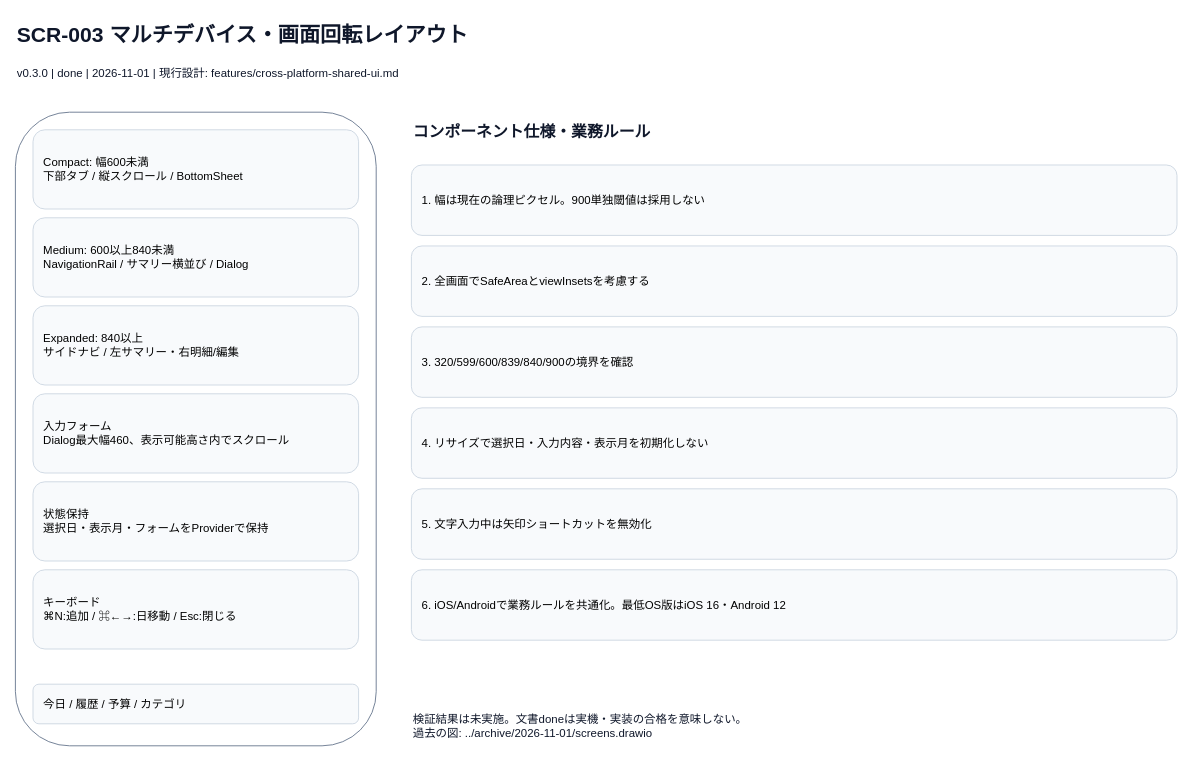
Above: page "マルチデバイス・画面回転レイアウト" (3 of 8) of docs/spec/screens.drawio in tombee-studio/self-management-app (draw.io), before the change. Source tidied: cells renumbered, new cells numbered last; positions are measured from the earlier drawing's top-left corner, leaving out a move shared by most shapes. Both pictures are drawn from the tidied source at 88%, with x=0, y=0 at pixel (15, 15).
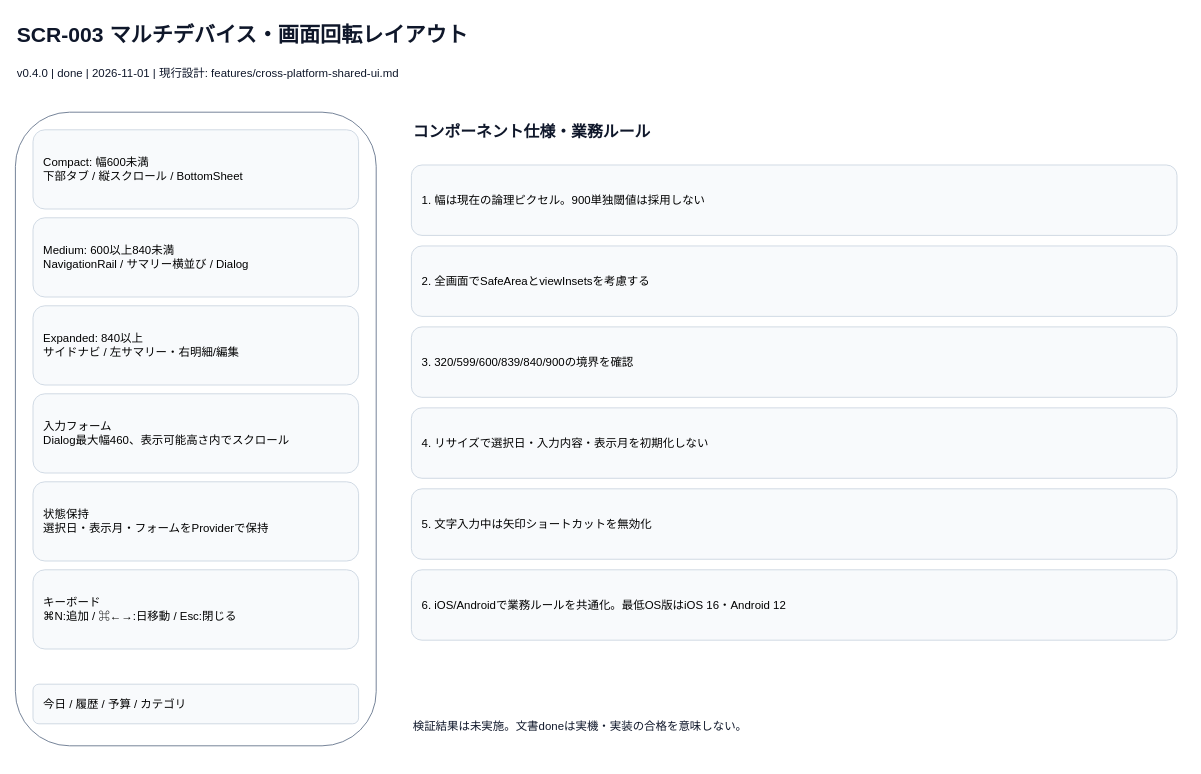
Above is the later version.

What changed in the source:
```diff
@@
 <mxGraphModel>
   <root>
     <mxCell id="0" />
     <mxCell id="1" parent="0" />
     <mxCell id="2" value="SCR-003  マルチデバイス・画面回転レイアウト" style="text;html=0;align=left;verticalAlign=middle;whiteSpace=wrap;overflow=hidden;fontSize=13;fontColor=#0F172A;fontSize=24;fontStyle=1;" parent="1" vertex="1">
       <mxGeometry width="1300" height="45" as="geometry" />
     </mxCell>
-    <mxCell id="3" value="v0.3.0 | done | 2026-11-01 | 現行設計: features/cross-platform-shared-ui.md" style="text;html=0;align=left;verticalAlign=middle;whiteSpace=wrap;overflow=hidden;fontSize=13;fontColor=#0F172A;" parent="1" vertex="1">
+    <mxCell id="3" value="v0.4.0 | done | 2026-11-01 | 現行設計: features/cross-platform-shared-ui.md" style="text;html=0;align=left;verticalAlign=middle;whiteSpace=wrap;overflow=hidden;fontSize=13;fontColor=#0F172A;" parent="1" vertex="1">
       <mxGeometry y="50" width="1300" height="30" as="geometry" />
     </mxCell>
     <mxCell id="4" style="rounded=1;fillColor=#FFFFFF;strokeColor=#64748B;" parent="1" vertex="1">
       <mxGeometry y="110" width="410" height="720" as="geometry" />
     </mxCell>
     <mxCell id="5" value="Compact: 幅600未満&#10;下部タブ / 縦スクロール / BottomSheet" style="rounded=1;whiteSpace=wrap;html=0;fillColor=#F8FAFC;strokeColor=#CBD5E1;align=left;spacing=12;fontSize=13;" parent="1" vertex="1">
       <mxGeometry x="20" y="130" width="370" height="90" as="geometry" />
     </mxCell>
     <mxCell id="6" value="Medium: 600以上840未満&#10;NavigationRail / サマリー横並び / Dialog" style="rounded=1;whiteSpace=wrap;html=0;fillColor=#F8FAFC;strokeColor=#CBD5E1;align=left;spacing=12;fontSize=13;" parent="1" vertex="1">
       <mxGeometry x="20" y="230" width="370" height="90" as="geometry" />
     </mxCell>
     <mxCell id="7" value="Expanded: 840以上&#10;サイドナビ / 左サマリー・右明細/編集" style="rounded=1;whiteSpace=wrap;html=0;fillColor=#F8FAFC;strokeColor=#CBD5E1;align=left;spacing=12;fontSize=13;" parent="1" vertex="1">
       <mxGeometry x="20" y="330" width="370" height="90" as="geometry" />
     </mxCell>
     <mxCell id="8" value="入力フォーム&#10;Dialog最大幅460、表示可能高さ内でスクロール" style="rounded=1;whiteSpace=wrap;html=0;fillColor=#F8FAFC;strokeColor=#CBD5E1;align=left;spacing=12;fontSize=13;" parent="1" vertex="1">
       <mxGeometry x="20" y="430" width="370" height="90" as="geometry" />
     </mxCell>
     <mxCell id="9" value="状態保持&#10;選択日・表示月・フォームをProviderで保持" style="rounded=1;whiteSpace=wrap;html=0;fillColor=#F8FAFC;strokeColor=#CBD5E1;align=left;spacing=12;fontSize=13;" parent="1" vertex="1">
       <mxGeometry x="20" y="530" width="370" height="90" as="geometry" />
     </mxCell>
     <mxCell id="10" value="キーボード&#10;⌘N:追加 / ⌘←→:日移動 / Esc:閉じる" style="rounded=1;whiteSpace=wrap;html=0;fillColor=#F8FAFC;strokeColor=#CBD5E1;align=left;spacing=12;fontSize=13;" parent="1" vertex="1">
       <mxGeometry x="20" y="630" width="370" height="90" as="geometry" />
     </mxCell>
     <mxCell id="11" value="今日  /  履歴  /  予算  /  カテゴリ" style="rounded=1;whiteSpace=wrap;html=0;fillColor=#F8FAFC;strokeColor=#CBD5E1;align=left;spacing=12;fontSize=13;" parent="1" vertex="1">
       <mxGeometry x="20" y="760" width="370" height="45" as="geometry" />
     </mxCell>
     <mxCell id="12" value="コンポーネント仕様・業務ルール" style="text;html=0;align=left;verticalAlign=middle;whiteSpace=wrap;overflow=hidden;fontSize=13;fontColor=#0F172A;fontSize=18;fontStyle=1;" parent="1" vertex="1">
       <mxGeometry x="450" y="110" width="880" height="45" as="geometry" />
     </mxCell>
     <mxCell id="13" value="1. 幅は現在の論理ピクセル。900単独閾値は採用しない" style="rounded=1;whiteSpace=wrap;html=0;fillColor=#F8FAFC;strokeColor=#CBD5E1;align=left;spacing=12;fontSize=13;" parent="1" vertex="1">
       <mxGeometry x="450" y="170" width="870" height="80" as="geometry" />
     </mxCell>
     <mxCell id="14" value="2. 全画面でSafeAreaとviewInsetsを考慮する" style="rounded=1;whiteSpace=wrap;html=0;fillColor=#F8FAFC;strokeColor=#CBD5E1;align=left;spacing=12;fontSize=13;" parent="1" vertex="1">
       <mxGeometry x="450" y="262" width="870" height="80" as="geometry" />
     </mxCell>
     <mxCell id="15" value="3. 320/599/600/839/840/900の境界を確認" style="rounded=1;whiteSpace=wrap;html=0;fillColor=#F8FAFC;strokeColor=#CBD5E1;align=left;spacing=12;fontSize=13;" parent="1" vertex="1">
       <mxGeometry x="450" y="354" width="870" height="80" as="geometry" />
     </mxCell>
     <mxCell id="16" value="4. リサイズで選択日・入力内容・表示月を初期化しない" style="rounded=1;whiteSpace=wrap;html=0;fillColor=#F8FAFC;strokeColor=#CBD5E1;align=left;spacing=12;fontSize=13;" parent="1" vertex="1">
       <mxGeometry x="450" y="446" width="870" height="80" as="geometry" />
     </mxCell>
     <mxCell id="17" value="5. 文字入力中は矢印ショートカットを無効化" style="rounded=1;whiteSpace=wrap;html=0;fillColor=#F8FAFC;strokeColor=#CBD5E1;align=left;spacing=12;fontSize=13;" parent="1" vertex="1">
       <mxGeometry x="450" y="538" width="870" height="80" as="geometry" />
     </mxCell>
     <mxCell id="18" value="6. iOS/Androidで業務ルールを共通化。最低OS版はiOS 16・Android 12" style="rounded=1;whiteSpace=wrap;html=0;fillColor=#F8FAFC;strokeColor=#CBD5E1;align=left;spacing=12;fontSize=13;" parent="1" vertex="1">
       <mxGeometry x="450" y="630" width="870" height="80" as="geometry" />
     </mxCell>
-    <mxCell id="19" value="検証結果は未実施。文書doneは実機・実装の合格を意味しない。&#10;過去の図: ../archive/2026-11-01/screens.drawio" style="text;html=0;align=left;verticalAlign=middle;whiteSpace=wrap;overflow=hidden;fontSize=13;fontColor=#0F172A;" parent="1" vertex="1">
+    <mxCell id="19" value="検証結果は未実施。文書doneは実機・実装の合格を意味しない。" style="text;html=0;align=left;verticalAlign=middle;whiteSpace=wrap;overflow=hidden;fontSize=13;fontColor=#0F172A;" parent="1" vertex="1">
       <mxGeometry x="450" y="770" width="870" height="75" as="geometry" />
     </mxCell>
   </root>
 </mxGraphModel>
```
